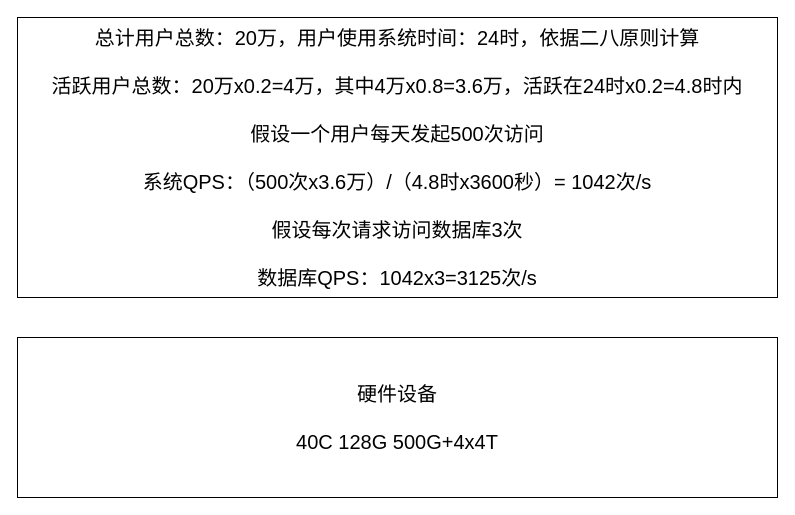
The draw.io diagram page "需求和资源" (1 of 13) of project/ev-er-sec/flaw-patch/flaw-patch.drawio in QQ1350995917/gitbook, before the edit. Source tidied: cells renumbered, new cells numbered last; positions are measured from the earlier drawing's top-left corner, leaving out a move shared by most shapes. Both pictures are drawn from the tidied source at 100%, with x=0, y=0 at pixel (17, 17).
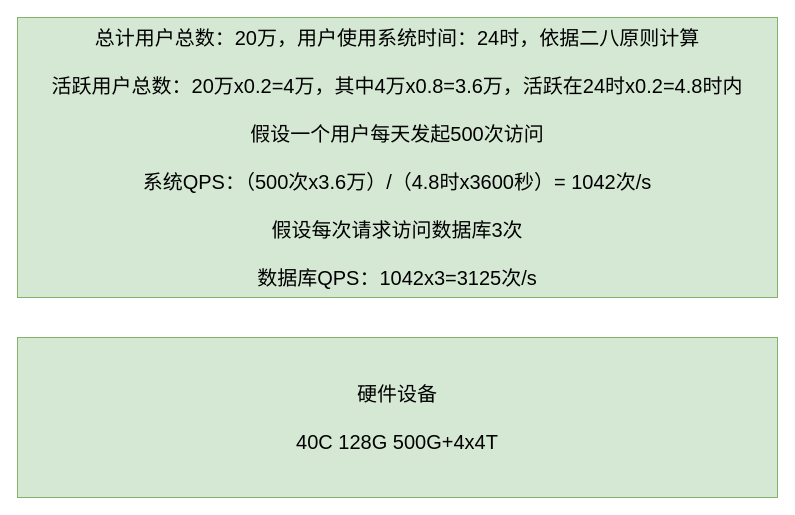
The same page after the edit.

Diff of the diagram source:
```diff
@@
 <mxGraphModel>
   <root>
     <mxCell id="0" />
     <mxCell id="1" parent="0" />
-    <mxCell id="2" value="总计用户总数：20万，用户使用系统时间：24时，依据二八原则计算&lt;br&gt;&lt;br&gt;活跃用户总数：20万x0.2=4万，其中4万x0.8=3.6万，活跃在24时x0.2=4.8时内&lt;br&gt;&lt;br&gt;假设一个用户每天发起500次访问&lt;br&gt;&lt;br&gt;系统QPS：（500次x3.6万）/（4.8时x3600秒）= 1042次/s&lt;br&gt;&lt;br&gt;假设每次请求访问数据库3次&lt;br&gt;&lt;br&gt;数据库QPS：1042x3=3125次/s" style="rounded=0;whiteSpace=wrap;html=1;fontSize=20;" parent="1" vertex="1">
+    <mxCell id="2" value="总计用户总数：20万，用户使用系统时间：24时，依据二八原则计算&lt;br&gt;&lt;br&gt;活跃用户总数：20万x0.2=4万，其中4万x0.8=3.6万，活跃在24时x0.2=4.8时内&lt;br&gt;&lt;br&gt;假设一个用户每天发起500次访问&lt;br&gt;&lt;br&gt;系统QPS：（500次x3.6万）/（4.8时x3600秒）= 1042次/s&lt;br&gt;&lt;br&gt;假设每次请求访问数据库3次&lt;br&gt;&lt;br&gt;数据库QPS：1042x3=3125次/s" style="rounded=0;whiteSpace=wrap;html=1;fontSize=20;fillColor=#d5e8d4;strokeColor=#82b366;" parent="1" vertex="1">
       <mxGeometry width="760" height="280" as="geometry" />
     </mxCell>
-    <mxCell id="3" value="硬件设备&lt;br&gt;&lt;br&gt;40C 128G 500G+4x4T" style="rounded=0;whiteSpace=wrap;html=1;fontSize=20;" parent="1" vertex="1">
+    <mxCell id="3" value="硬件设备&lt;br&gt;&lt;br&gt;40C 128G 500G+4x4T" style="rounded=0;whiteSpace=wrap;html=1;fontSize=20;fillColor=#d5e8d4;strokeColor=#82b366;" parent="1" vertex="1">
       <mxGeometry y="320" width="760" height="160" as="geometry" />
     </mxCell>
   </root>
 </mxGraphModel>
```
